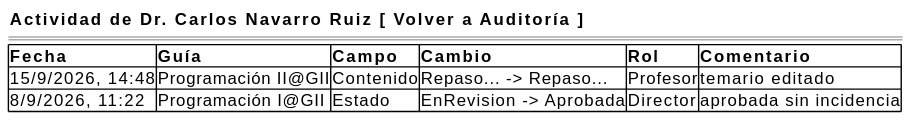
mmasias/pyCeldaPublico keeps this PlantUML diagram as images/RUP/01-requisitos/03-detalle-casos-uso/consultarHistorialCambios/wireframe-autor.svg. Above is the earlier version.
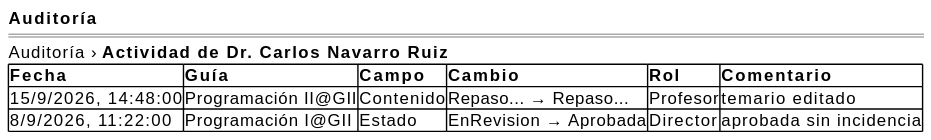
Later version of the same file.

Change to the diagram source:
```diff
@@ -1,11 +1,12 @@
 @startsalt consultarHistorialCambios-wireframe-autor
 {
-    { <b>Actividad de Dr. Carlos Navarro Ruiz     [ Volver a Auditoría ] }
+    <b>Auditoría</b>
     ====
+    Auditoría › <b>Actividad de Dr. Carlos Navarro Ruiz</b>
     {#
         <b>Fecha | <b>Guía | <b>Campo | <b>Cambio | <b>Rol | <b>Comentario
-        15/9/2026, 14:48 | Programación II@GII | Contenido | Repaso... -> Repaso... | Profesor | temario editado
-        8/9/2026, 11:22 | Programación I@GII | Estado | EnRevision -> Aprobada | Director | aprobada sin incidencia
+        15/9/2026, 14:48:00 | Programación II@GII | Contenido | Repaso... → Repaso... | Profesor | temario editado
+        8/9/2026, 11:22:00 | Programación I@GII | Estado | EnRevision → Aprobada | Director | aprobada sin incidencia
     }
 }
 @endsalt
```
